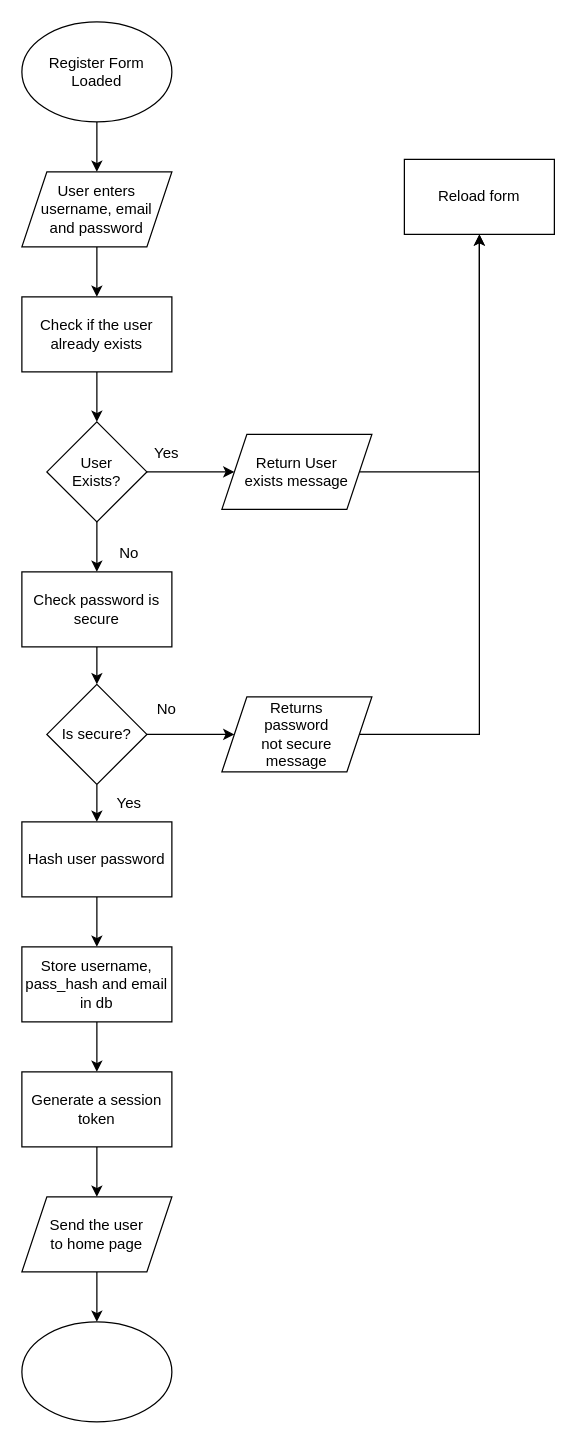
Earlier version of the draw.io diagram design/Untitled Diagram.drawio (Boxersteavee/nea). Source tidied: cells renumbered, new cells numbered last; positions are measured from the earlier drawing's top-left corner, leaving out a move shared by most shapes. Both pictures are drawn from the tidied source at 125%, with x=0, y=0 at pixel (21, 21).
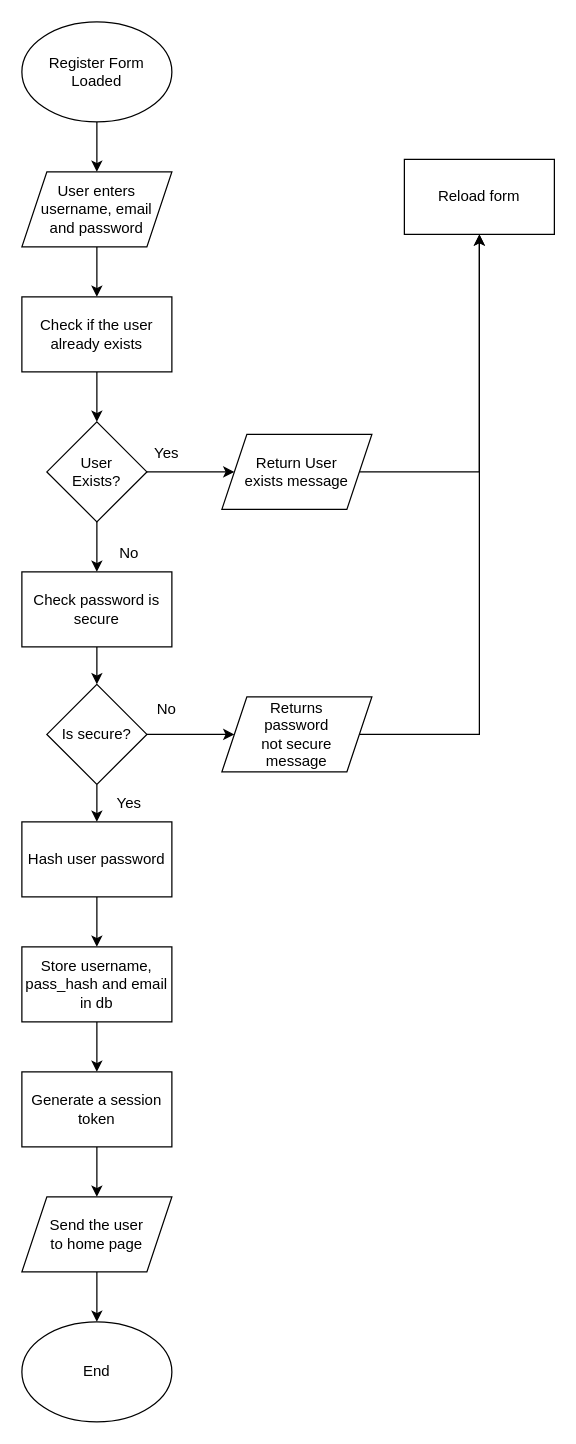
After the change.

Change to the diagram source:
```diff
@@
-    <mxCell id="21" style="ellipse;whiteSpace=wrap;html=1;" parent="1" vertex="1">
+    <mxCell id="21" value="End" style="ellipse;whiteSpace=wrap;html=1;" parent="1" vertex="1">
       <mxGeometry y="1040" width="120" height="80" as="geometry" />
     </mxCell>
```
